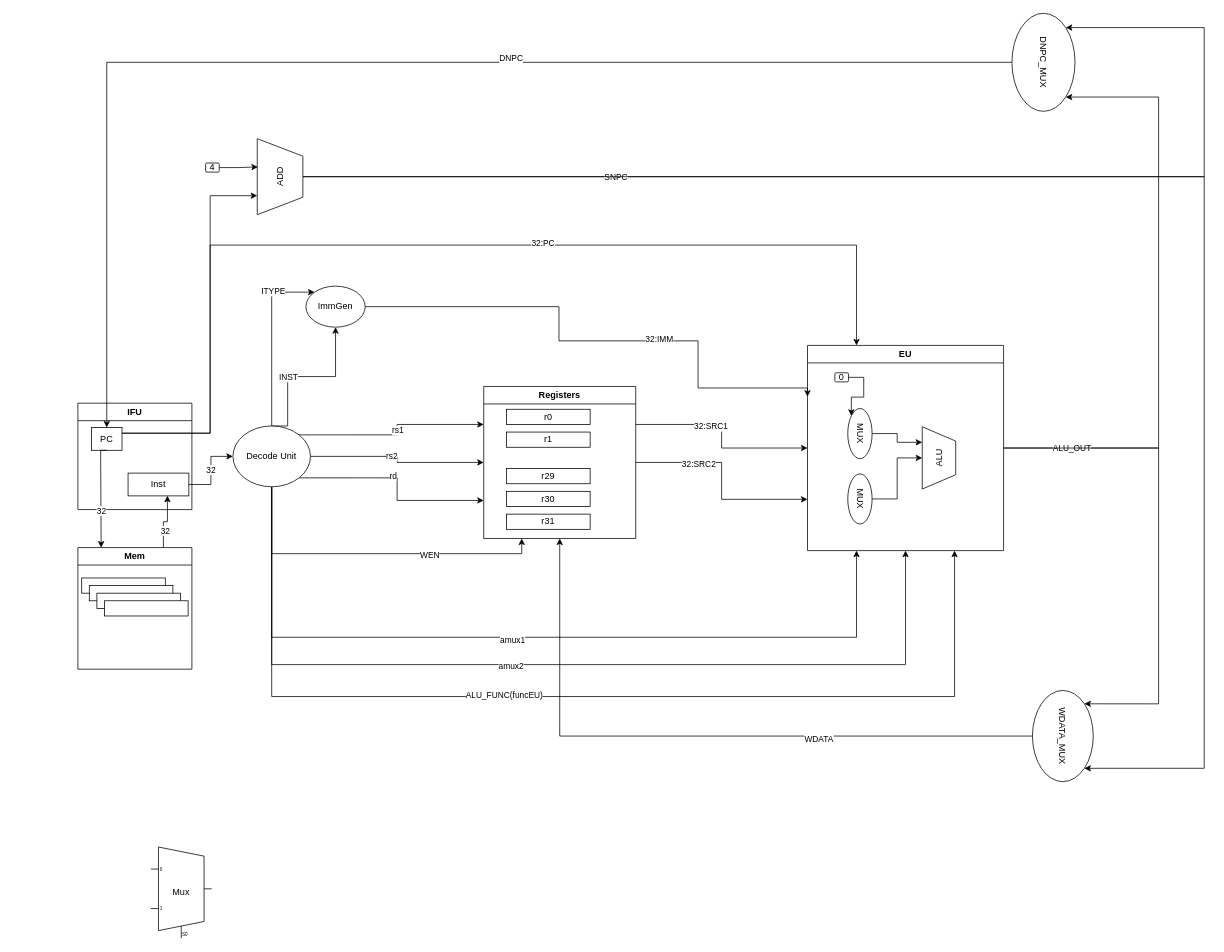
Earlier version of the draw.io diagram page "第 1 页" (1 of 3) of cpu.drawio (rand-kcs/cpu-design). Source tidied: cells renumbered, new cells numbered last; positions are measured from the earlier drawing's top-left corner, leaving out a move shared by most shapes. Both pictures are drawn from the tidied source at 76%, with x=0, y=0 at pixel (78, 27).
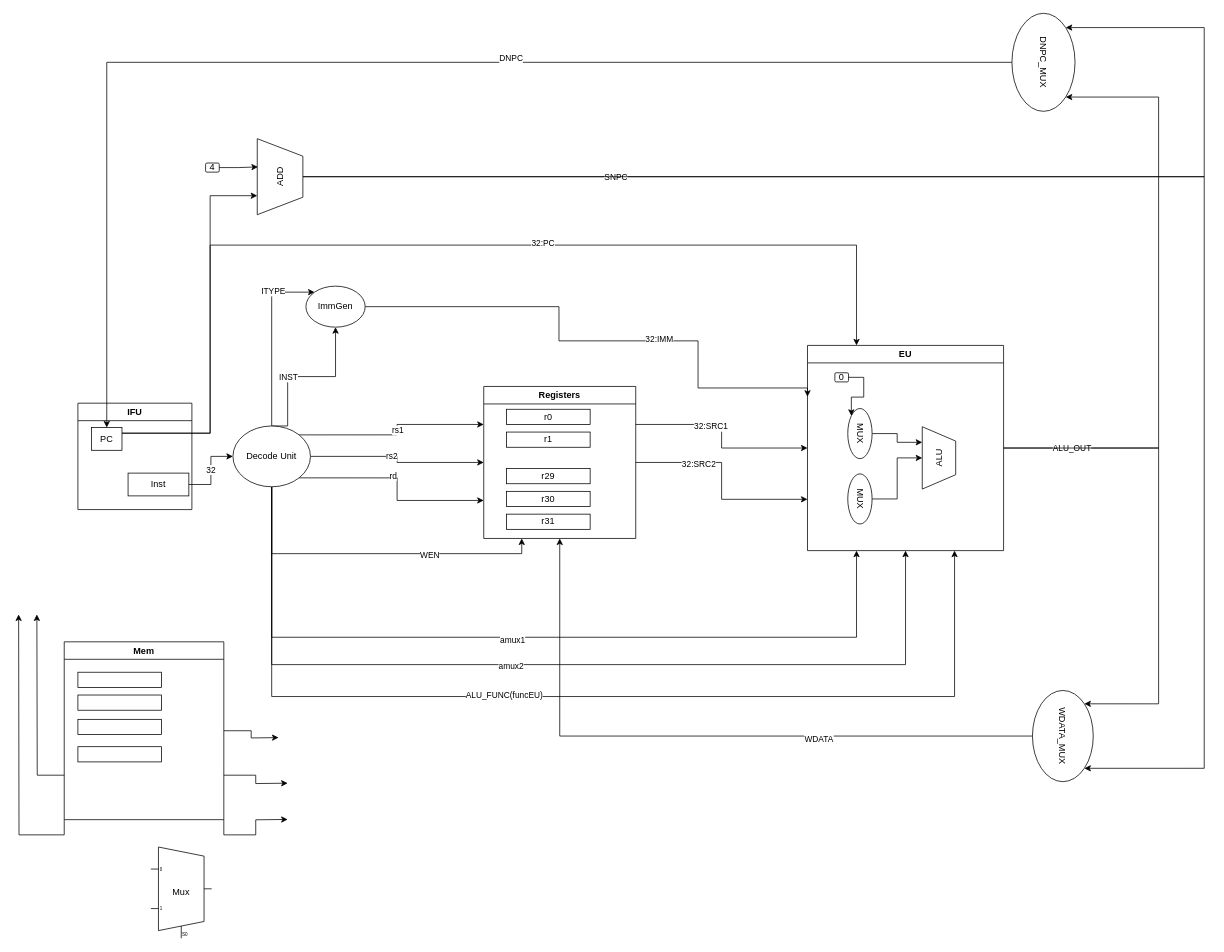
The same page after the edit.

Commit message:
利用DPI-C 实现 LD ST， IF阶段

Unchanged cells that the change refers to:
```xml
<mxCell id="3" value="PC" style="rounded=0;whiteSpace=wrap;html=1;" parent="2" vertex="1">
  <mxGeometry x="18" y="32" width="40" height="30" as="geometry" />
</mxCell>
<mxCell id="4" value="Inst" style="rounded=0;whiteSpace=wrap;html=1;" parent="2" vertex="1">
  <mxGeometry x="66" y="92" width="80" height="30" as="geometry" />
</mxCell>
```

What changed in the source:
```diff
@@
+    <mxCell id="75" style="edgeStyle=orthogonalEdgeStyle;rounded=0;jettySize=auto;html=1;exitX=0;exitY=0.75;exitDx=0;exitDy=0;" parent="1" edge="1" source="26">
+      <mxGeometry relative="1" as="geometry">
+        <mxPoint x="-54" y="772" as="targetPoint" />
+      </mxGeometry>
+    </mxCell>
+    <mxCell id="76" style="edgeStyle=orthogonalEdgeStyle;rounded=0;jettySize=auto;html=1;exitX=0;exitY=1;exitDx=0;exitDy=0;" parent="1" edge="1" source="26">
+      <mxGeometry relative="1" as="geometry">
+        <mxPoint x="-78" y="772" as="targetPoint" />
+      </mxGeometry>
+    </mxCell>
+    <mxCell id="77" style="edgeStyle=orthogonalEdgeStyle;rounded=0;jettySize=auto;html=1;exitX=1;exitY=0.5;exitDx=0;exitDy=0;" parent="1" edge="1" source="26">
+      <mxGeometry relative="1" as="geometry">
+        <mxPoint x="264" y="934" as="targetPoint" />
+      </mxGeometry>
+    </mxCell>
+    <mxCell id="78" style="edgeStyle=orthogonalEdgeStyle;rounded=0;jettySize=auto;html=1;exitX=1;exitY=0.75;exitDx=0;exitDy=0;" parent="1" edge="1" source="26">
+      <mxGeometry relative="1" as="geometry">
+        <mxPoint x="276" y="994" as="targetPoint" />
+      </mxGeometry>
+    </mxCell>
+    <mxCell id="79" style="edgeStyle=orthogonalEdgeStyle;rounded=0;jettySize=auto;html=1;exitX=1;exitY=1;exitDx=0;exitDy=0;" parent="1" edge="1" source="26">
+      <mxGeometry relative="1" as="geometry">
+        <mxPoint x="276" y="1041.7" as="targetPoint" />
+      </mxGeometry>
+    </mxCell>
     <mxCell id="26" value="Mem" style="swimlane;whiteSpace=wrap;html=1;" parent="1" vertex="1">
-      <mxGeometry y="684" width="150" height="160" as="geometry" />
+      <mxGeometry x="-18" y="808" width="210" height="234" as="geometry" />
     </mxCell>
     <mxCell id="27" style="rounded=0;whiteSpace=wrap;html=1;" parent="26" vertex="1">
-      <mxGeometry x="5" y="40" width="110" height="20" as="geometry" />
+      <mxGeometry x="18" y="40" width="110" height="20" as="geometry" />
     </mxCell>
     <mxCell id="28" style="rounded=0;whiteSpace=wrap;html=1;" parent="26" vertex="1">
-      <mxGeometry x="15" y="50" width="110" height="20" as="geometry" />
+      <mxGeometry x="18" y="138" width="110" height="20" as="geometry" />
     </mxCell>
     <mxCell id="29" style="rounded=0;whiteSpace=wrap;html=1;" parent="26" vertex="1">
-      <mxGeometry x="25" y="60" width="110" height="20" as="geometry" />
+      <mxGeometry x="18" y="102" width="110" height="20" as="geometry" />
     </mxCell>
     <mxCell id="30" style="rounded=0;whiteSpace=wrap;html=1;" parent="26" vertex="1">
-      <mxGeometry x="35" y="70" width="110" height="20" as="geometry" />
+      <mxGeometry x="18" y="70" width="110" height="20" as="geometry" />
     </mxCell>
-    <mxCell id="31" style="edgeStyle=orthogonalEdgeStyle;rounded=0;jettySize=auto;html=1;exitX=0.5;exitY=1;exitDx=0;exitDy=0;entryX=0.204;entryY=0;entryDx=0;entryDy=0;entryPerimeter=0;" parent="1" edge="1" source="3" target="26">
-      <mxGeometry relative="1" as="geometry">
-        <Array as="points">
-          <mxPoint x="30" y="556" />
-          <mxPoint x="30" y="574" />
-          <mxPoint x="31" y="574" />
-        </Array>
-      </mxGeometry>
-    </mxCell>
-    <mxCell id="32" value="32" style="edgeLabel;html=1;align=center;verticalAlign=middle;" parent="31" vertex="1">
-      <mxGeometry x="0.29" relative="1" as="geometry" />
-    </mxCell>
-    <mxCell id="33" style="edgeStyle=orthogonalEdgeStyle;rounded=0;jettySize=auto;html=1;exitX=0.75;exitY=0;exitDx=0;exitDy=0;entryX=0.648;entryY=0.992;entryDx=0;entryDy=0;entryPerimeter=0;" parent="1" edge="1" source="26" target="4">
-      <mxGeometry relative="1" as="geometry" />
-    </mxCell>
-    <mxCell id="34" value="32" style="edgeLabel;html=1;align=center;verticalAlign=middle;" parent="33" vertex="1">
-      <mxGeometry x="-0.37" y="-2" relative="1" as="geometry" />
-    </mxCell>
```
